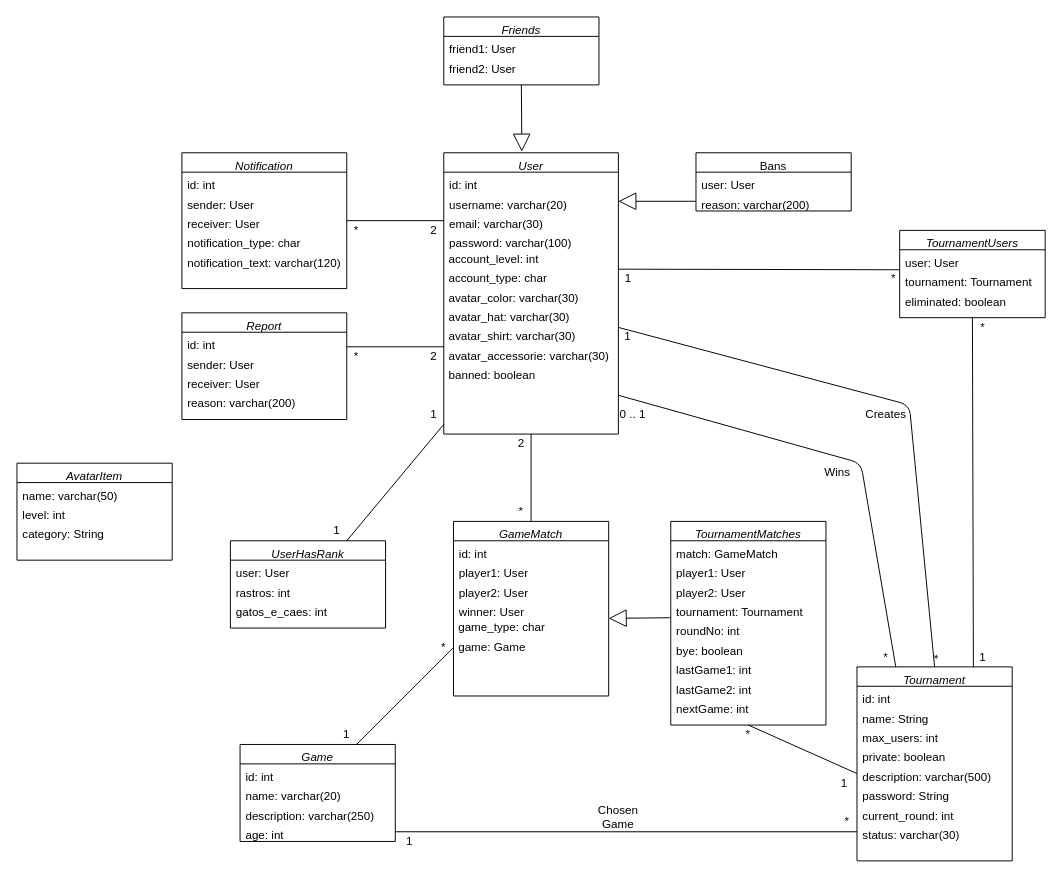
Above: Diagrams/DomainModel.drawio in pedromiglou/MathGames (draw.io), before the change. Source tidied: cells renumbered, new cells numbered last; positions are measured from the earlier drawing's top-left corner, leaving out a move shared by most shapes. Both pictures are drawn from the tidied source at 97%, with x=0, y=0 at pixel (16, 16).
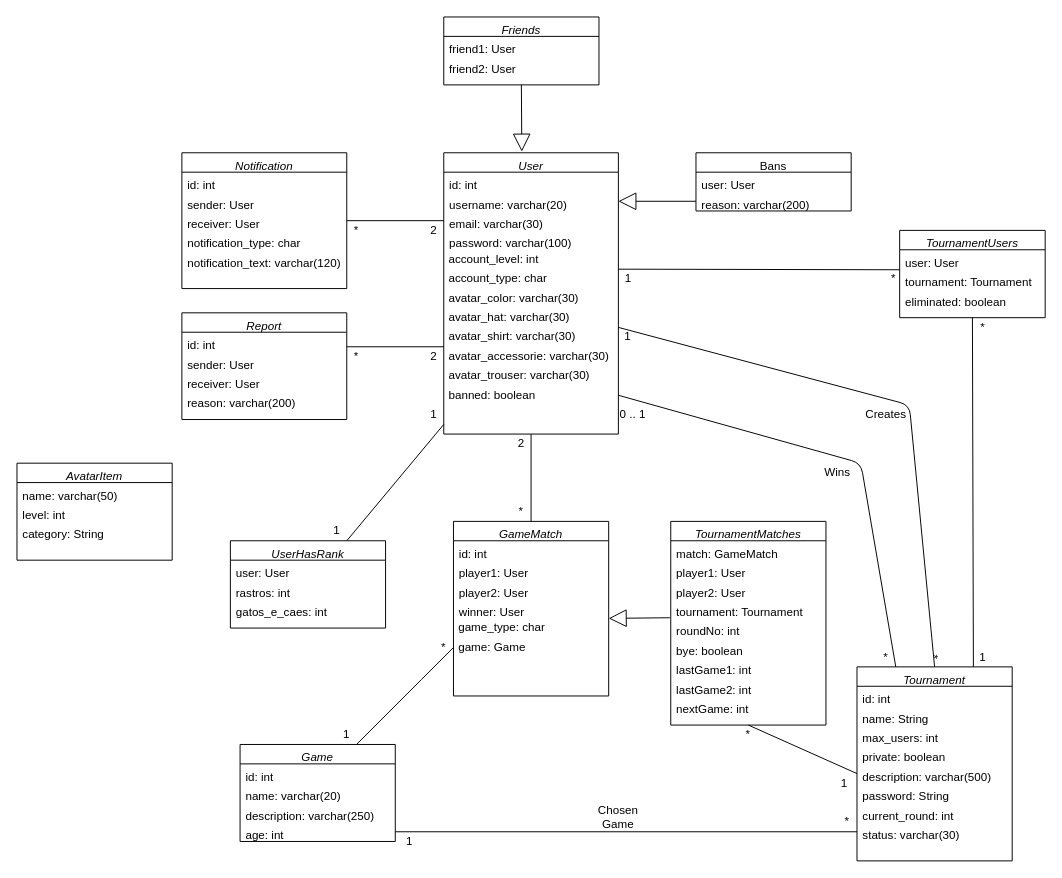
After the change.

Commit message (it also covers changes not shown here):
Domain Model Update

Unchanged cells that the change refers to:
```xml
<mxCell id="2" value="User" style="swimlane;fontStyle=2;align=center;verticalAlign=top;horizontal=1;startSize=20;rounded=0;shadow=0;strokeWidth=1;" parent="1" vertex="1">
  <mxGeometry x="440" y="140" width="180" height="290" as="geometry" />
</mxCell>
```

Change to the diagram source:
```diff
@@
+    <mxCell id="113" value="&amp;nbsp;avatar_trouser: varchar(30)" style="text;html=1;strokeColor=none;fillColor=none;align=left;verticalAlign=middle;whiteSpace=wrap;rounded=0;" parent="2" vertex="1">
+      <mxGeometry y="220" width="180" height="20" as="geometry" />
+    </mxCell>
     <mxCell id="13" value="&amp;nbsp;banned: boolean" style="text;html=1;strokeColor=none;fillColor=none;align=left;verticalAlign=middle;whiteSpace=wrap;rounded=0;" parent="2" vertex="1">
-      <mxGeometry y="220" width="180" height="20" as="geometry" />
+      <mxGeometry y="240" width="180" height="20" as="geometry" />
     </mxCell>
```
